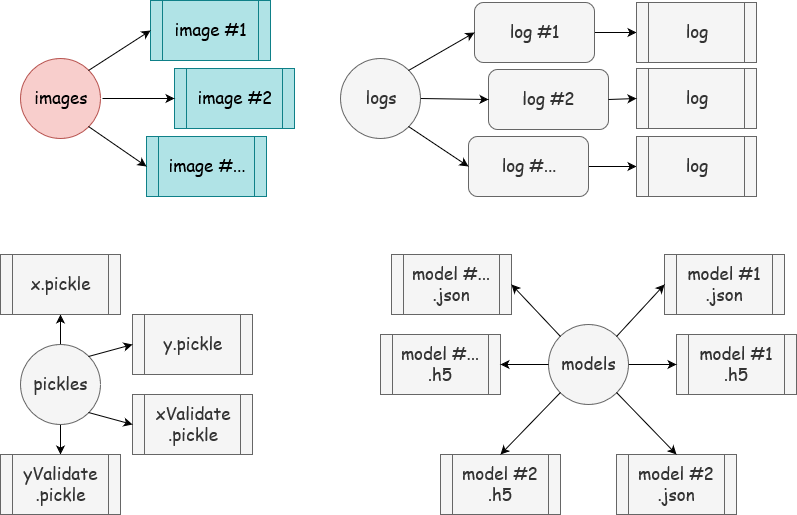
Sing3Rous/Human_Classifier_Neural_Network keeps this draw.io diagram as sets tree.png. Above is the earlier version. Source tidied: cells renumbered, new cells last; positions are measured from the earlier drawing's top-left corner, leaving out a move shared by most shapes.
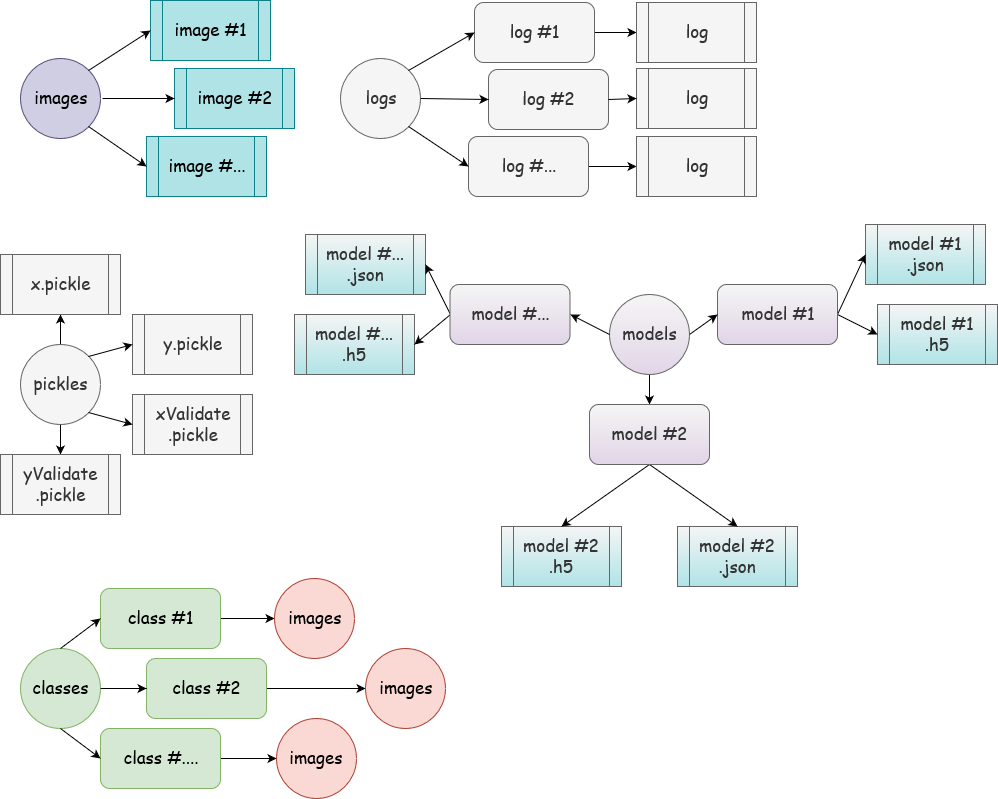
Later version of the same file.

Diff of the diagram source:
```diff
@@ -2,7 +2,7 @@
   <root>
     <mxCell id="0" />
     <mxCell id="1" parent="0" />
-    <mxCell id="2" value="&lt;font style=&quot;font-size: 17px&quot;&gt;images&lt;/font&gt;" style="ellipse;whiteSpace=wrap;html=1;fontFamily=Comic Sans MS;fontSize=14;fillColor=#f8cecc;strokeColor=#b85450;" parent="1" vertex="1">
+    <mxCell id="2" value="&lt;font style=&quot;font-size: 17px&quot;&gt;images&lt;/font&gt;" style="ellipse;whiteSpace=wrap;html=1;fontFamily=Comic Sans MS;fontSize=14;fillColor=#d0cee2;strokeColor=#56517e;" parent="1" vertex="1">
       <mxGeometry x="20" y="58" width="80" height="80" as="geometry" />
     </mxCell>
     <mxCell id="3" value="image #1" style="shape=process;whiteSpace=wrap;html=1;backgroundOutline=1;fontFamily=Comic Sans MS;fontSize=17;fillColor=#b0e3e6;strokeColor=#0e8088;" parent="1" vertex="1">
@@ -41,26 +41,29 @@
     <mxCell id="14" value="log" style="shape=process;whiteSpace=wrap;html=1;backgroundOutline=1;fontFamily=Comic Sans MS;fontSize=17;fillColor=#f5f5f5;strokeColor=#666666;fontColor=#333333;" parent="1" vertex="1">
       <mxGeometry x="636" y="136" width="120" height="60" as="geometry" />
     </mxCell>
+    <mxCell id="44" style="edgeStyle=orthogonalEdgeStyle;rounded=0;jettySize=auto;html=1;exitX=0.5;exitY=1;exitDx=0;exitDy=0;entryX=0.5;entryY=0;entryDx=0;entryDy=0;" parent="1" edge="1" source="15" target="47">
+      <mxGeometry relative="1" as="geometry" />
+    </mxCell>
-    <mxCell id="15" value="models" style="ellipse;whiteSpace=wrap;html=1;fontFamily=Comic Sans MS;fontSize=17;fillColor=#f5f5f5;strokeColor=#666666;fontColor=#333333;" parent="1" vertex="1">
-      <mxGeometry x="548" y="324" width="80" height="80" as="geometry" />
+    <mxCell id="15" value="models" style="ellipse;whiteSpace=wrap;html=1;fontFamily=Comic Sans MS;fontSize=17;fillColor=#f5f5f5;strokeColor=#666666;gradientDirection=south;fontColor=#333333;gradientColor=#E1D5E7;" parent="1" vertex="1">
+      <mxGeometry x="609" y="294" width="80" height="80" as="geometry" />
     </mxCell>
-    <mxCell id="16" value="model #1 .json" style="shape=process;whiteSpace=wrap;html=1;backgroundOutline=1;fontFamily=Comic Sans MS;fontSize=17;fillColor=#f5f5f5;strokeColor=#666666;fontColor=#333333;" parent="1" vertex="1">
-      <mxGeometry x="664" y="254" width="120" height="60" as="geometry" />
+    <mxCell id="16" value="model #1 .json" style="shape=process;whiteSpace=wrap;html=1;backgroundOutline=1;fontFamily=Comic Sans MS;fontSize=17;fillColor=#f5f5f5;strokeColor=#666666;fontColor=#333333;gradientColor=#B0E3E6;gradientDirection=south;" parent="1" vertex="1">
+      <mxGeometry x="865" y="224" width="120" height="60" as="geometry" />
     </mxCell>
-    <mxCell id="17" value="model #1 .h5" style="shape=process;whiteSpace=wrap;html=1;backgroundOutline=1;fontFamily=Comic Sans MS;fontSize=17;fillColor=#f5f5f5;strokeColor=#666666;fontColor=#333333;" parent="1" vertex="1">
-      <mxGeometry x="676" y="334" width="120" height="60" as="geometry" />
+    <mxCell id="17" value="model #1 .h5" style="shape=process;whiteSpace=wrap;html=1;backgroundOutline=1;fontFamily=Comic Sans MS;fontSize=17;fillColor=#f5f5f5;strokeColor=#666666;fontColor=#333333;gradientColor=#B0E3E6;gradientDirection=south;" parent="1" vertex="1">
+      <mxGeometry x="877" y="304" width="120" height="60" as="geometry" />
     </mxCell>
-    <mxCell id="18" value="model #2 .json" style="shape=process;whiteSpace=wrap;html=1;backgroundOutline=1;fontFamily=Comic Sans MS;fontSize=17;fillColor=#f5f5f5;strokeColor=#666666;fontColor=#333333;" parent="1" vertex="1">
-      <mxGeometry x="616" y="454" width="120" height="60" as="geometry" />
+    <mxCell id="18" value="model #2 .json" style="shape=process;whiteSpace=wrap;html=1;backgroundOutline=1;fontFamily=Comic Sans MS;fontSize=17;fillColor=#f5f5f5;strokeColor=#666666;fontColor=#333333;gradientColor=#B0E3E6;gradientDirection=south;" parent="1" vertex="1">
+      <mxGeometry x="677" y="526" width="120" height="60" as="geometry" />
     </mxCell>
-    <mxCell id="19" value="model #2 .h5" style="shape=process;whiteSpace=wrap;html=1;backgroundOutline=1;fontFamily=Comic Sans MS;fontSize=17;fillColor=#f5f5f5;strokeColor=#666666;fontColor=#333333;" parent="1" vertex="1">
-      <mxGeometry x="440" y="454" width="120" height="60" as="geometry" />
+    <mxCell id="19" value="model #2 .h5" style="shape=process;whiteSpace=wrap;html=1;backgroundOutline=1;fontFamily=Comic Sans MS;fontSize=17;fillColor=#f5f5f5;strokeColor=#666666;fontColor=#333333;gradientColor=#B0E3E6;gradientDirection=south;" parent="1" vertex="1">
+      <mxGeometry x="501" y="526" width="120" height="60" as="geometry" />
     </mxCell>
-    <mxCell id="20" value="model #... .json" style="shape=process;whiteSpace=wrap;html=1;backgroundOutline=1;fontFamily=Comic Sans MS;fontSize=17;fillColor=#f5f5f5;strokeColor=#666666;fontColor=#333333;" parent="1" vertex="1">
-      <mxGeometry x="391" y="254" width="120" height="60" as="geometry" />
+    <mxCell id="20" value="model #... .json" style="shape=process;whiteSpace=wrap;html=1;backgroundOutline=1;fontFamily=Comic Sans MS;fontSize=17;fillColor=#f5f5f5;strokeColor=#666666;fontColor=#333333;gradientColor=#B0E3E6;gradientDirection=south;" parent="1" vertex="1">
+      <mxGeometry x="305" y="234" width="120" height="60" as="geometry" />
     </mxCell>
-    <mxCell id="21" value="model #... .h5" style="shape=process;whiteSpace=wrap;html=1;backgroundOutline=1;fontFamily=Comic Sans MS;fontSize=17;fillColor=#f5f5f5;strokeColor=#666666;fontColor=#333333;" parent="1" vertex="1">
-      <mxGeometry x="380" y="334" width="120" height="60" as="geometry" />
+    <mxCell id="21" value="model #... .h5" style="shape=process;whiteSpace=wrap;html=1;backgroundOutline=1;fontFamily=Comic Sans MS;fontSize=17;fillColor=#f5f5f5;strokeColor=#666666;fontColor=#333333;gradientColor=#B0E3E6;gradientDirection=south;" parent="1" vertex="1">
+      <mxGeometry x="294" y="314" width="120" height="60" as="geometry" />
     </mxCell>
     <mxCell id="22" style="edgeStyle=orthogonalEdgeStyle;rounded=0;jettySize=auto;html=1;exitX=0.5;exitY=0;exitDx=0;exitDy=0;entryX=0.5;entryY=1;entryDx=0;entryDy=0;fontFamily=Comic Sans MS;fontSize=17;" parent="1" edge="1" source="24" target="25">
       <mxGeometry relative="1" as="geometry" />
@@ -112,23 +115,77 @@
     <mxCell id="37" style="endArrow=classic;html=1;fontFamily=Comic Sans MS;fontSize=17;entryX=0;entryY=0.5;entryDx=0;entryDy=0;exitX=1;exitY=1;exitDx=0;exitDy=0;" parent="1" edge="1" source="24" target="27">
       <mxGeometry relative="1" as="geometry" />
     </mxCell>
-    <mxCell id="38" style="endArrow=classic;html=1;fontFamily=Comic Sans MS;fontSize=17;entryX=1;entryY=0.5;entryDx=0;entryDy=0;exitX=0;exitY=0;exitDx=0;exitDy=0;" parent="1" edge="1" source="15" target="20">
+    <mxCell id="38" style="endArrow=classic;html=1;fontFamily=Comic Sans MS;fontSize=17;entryX=1;entryY=0.5;entryDx=0;entryDy=0;exitX=0;exitY=0.5;exitDx=0;exitDy=0;" parent="1" edge="1" source="48" target="20">
       <mxGeometry relative="1" as="geometry" />
     </mxCell>
-    <mxCell id="39" style="endArrow=classic;html=1;fontFamily=Comic Sans MS;fontSize=17;entryX=1;entryY=0.5;entryDx=0;entryDy=0;exitX=0;exitY=0.5;exitDx=0;exitDy=0;" parent="1" edge="1" source="15" target="21">
+    <mxCell id="39" style="endArrow=classic;html=1;fontFamily=Comic Sans MS;fontSize=17;entryX=1;entryY=0.5;entryDx=0;entryDy=0;exitX=0;exitY=0.5;exitDx=0;exitDy=0;" parent="1" edge="1" source="48" target="21">
       <mxGeometry relative="1" as="geometry" />
     </mxCell>
-    <mxCell id="40" style="endArrow=classic;html=1;fontFamily=Comic Sans MS;fontSize=17;entryX=0.5;entryY=0;entryDx=0;entryDy=0;exitX=0;exitY=1;exitDx=0;exitDy=0;" parent="1" edge="1" source="15" target="19">
+    <mxCell id="40" style="endArrow=classic;html=1;fontFamily=Comic Sans MS;fontSize=17;entryX=0.5;entryY=0;entryDx=0;entryDy=0;exitX=0.5;exitY=1;exitDx=0;exitDy=0;" parent="1" edge="1" source="47" target="19">
       <mxGeometry relative="1" as="geometry" />
     </mxCell>
-    <mxCell id="41" style="endArrow=classic;html=1;fontFamily=Comic Sans MS;fontSize=17;entryX=0.5;entryY=0;entryDx=0;entryDy=0;exitX=1;exitY=1;exitDx=0;exitDy=0;" parent="1" edge="1" source="15" target="18">
+    <mxCell id="41" style="endArrow=classic;html=1;fontFamily=Comic Sans MS;fontSize=17;entryX=0.5;entryY=0;entryDx=0;entryDy=0;exitX=0.5;exitY=1;exitDx=0;exitDy=0;" parent="1" edge="1" source="47" target="18">
       <mxGeometry relative="1" as="geometry" />
     </mxCell>
-    <mxCell id="42" style="endArrow=classic;html=1;fontFamily=Comic Sans MS;fontSize=17;entryX=0;entryY=0.5;entryDx=0;entryDy=0;exitX=1;exitY=0.5;exitDx=0;exitDy=0;" parent="1" edge="1" source="15" target="17">
+    <mxCell id="42" style="endArrow=classic;html=1;fontFamily=Comic Sans MS;fontSize=17;entryX=0;entryY=0.5;entryDx=0;entryDy=0;exitX=1;exitY=0.5;exitDx=0;exitDy=0;" parent="1" edge="1" source="45" target="17">
       <mxGeometry relative="1" as="geometry" />
     </mxCell>
-    <mxCell id="43" style="endArrow=classic;html=1;fontFamily=Comic Sans MS;fontSize=17;entryX=0;entryY=0.5;entryDx=0;entryDy=0;exitX=1;exitY=0;exitDx=0;exitDy=0;" parent="1" edge="1" source="15" target="16">
+    <mxCell id="43" style="endArrow=classic;html=1;fontFamily=Comic Sans MS;fontSize=17;entryX=0;entryY=0.5;entryDx=0;entryDy=0;exitX=1;exitY=0.5;exitDx=0;exitDy=0;" parent="1" edge="1" source="45" target="16">
       <mxGeometry relative="1" as="geometry" />
     </mxCell>
+    <mxCell id="45" value="model #1" style="rounded=1;whiteSpace=wrap;html=1;fontFamily=Comic Sans MS;fontSize=17;fillColor=#f5f5f5;strokeColor=#666666;fontColor=#333333;gradientColor=#E1D5E7;gradientDirection=south;" parent="1" vertex="1">
+      <mxGeometry x="717" y="284" width="120" height="60" as="geometry" />
+    </mxCell>
+    <mxCell id="46" style="endArrow=classic;html=1;fontFamily=Comic Sans MS;fontSize=17;entryX=0;entryY=0.5;entryDx=0;entryDy=0;exitX=1;exitY=0.5;exitDx=0;exitDy=0;" parent="1" edge="1" source="15" target="45">
+      <mxGeometry relative="1" as="geometry" />
+    </mxCell>
+    <mxCell id="47" value="model #2" style="rounded=1;whiteSpace=wrap;html=1;fontFamily=Comic Sans MS;fontSize=17;fillColor=#f5f5f5;strokeColor=#666666;fontColor=#333333;gradientColor=#E1D5E7;gradientDirection=south;" parent="1" vertex="1">
+      <mxGeometry x="589" y="404" width="120" height="60" as="geometry" />
+    </mxCell>
+    <mxCell id="48" value="model #..." style="rounded=1;whiteSpace=wrap;html=1;fontFamily=Comic Sans MS;fontSize=17;fillColor=#f5f5f5;strokeColor=#666666;fontColor=#333333;gradientColor=#E1D5E7;gradientDirection=south;" parent="1" vertex="1">
+      <mxGeometry x="449.5" y="284" width="120" height="60" as="geometry" />
+    </mxCell>
+    <mxCell id="49" style="endArrow=classic;html=1;fontFamily=Comic Sans MS;fontSize=17;entryX=1;entryY=0.5;entryDx=0;entryDy=0;exitX=0;exitY=0.5;exitDx=0;exitDy=0;" parent="1" edge="1" source="15" target="48">
+      <mxGeometry relative="1" as="geometry" />
+    </mxCell>
+    <mxCell id="50" value="classes" style="ellipse;whiteSpace=wrap;html=1;fontFamily=Comic Sans MS;fontSize=17;fillColor=#d5e8d4;strokeColor=#82b366;" parent="1" vertex="1">
+      <mxGeometry x="20" y="648" width="80" height="80" as="geometry" />
+    </mxCell>
+    <mxCell id="51" style="edgeStyle=orthogonalEdgeStyle;rounded=0;jettySize=auto;html=1;exitX=1;exitY=0.5;exitDx=0;exitDy=0;entryX=0;entryY=0.5;entryDx=0;entryDy=0;" parent="1" edge="1" source="52" target="60">
+      <mxGeometry relative="1" as="geometry" />
+    </mxCell>
+    <mxCell id="52" value="class #1" style="rounded=1;whiteSpace=wrap;html=1;fontFamily=Comic Sans MS;fontSize=17;fillColor=#d5e8d4;strokeColor=#82b366;" parent="1" vertex="1">
+      <mxGeometry x="100" y="588" width="120" height="60" as="geometry" />
+    </mxCell>
+    <mxCell id="53" style="edgeStyle=orthogonalEdgeStyle;rounded=0;jettySize=auto;html=1;exitX=1;exitY=0.5;exitDx=0;exitDy=0;entryX=0;entryY=0.5;entryDx=0;entryDy=0;" parent="1" edge="1" source="54" target="61">
+      <mxGeometry relative="1" as="geometry" />
+    </mxCell>
+    <mxCell id="54" value="class #2" style="rounded=1;whiteSpace=wrap;html=1;fontFamily=Comic Sans MS;fontSize=17;fillColor=#d5e8d4;strokeColor=#82b366;" parent="1" vertex="1">
+      <mxGeometry x="146" y="658" width="120" height="60" as="geometry" />
+    </mxCell>
+    <mxCell id="55" style="edgeStyle=orthogonalEdgeStyle;rounded=0;jettySize=auto;html=1;exitX=1;exitY=0.5;exitDx=0;exitDy=0;entryX=0;entryY=0.5;entryDx=0;entryDy=0;" parent="1" edge="1" source="56" target="62">
+      <mxGeometry relative="1" as="geometry" />
+    </mxCell>
+    <mxCell id="56" value="class #...." style="rounded=1;whiteSpace=wrap;html=1;fontFamily=Comic Sans MS;fontSize=17;fillColor=#d5e8d4;strokeColor=#82b366;" parent="1" vertex="1">
+      <mxGeometry x="100" y="728" width="120" height="60" as="geometry" />
+    </mxCell>
+    <mxCell id="57" style="endArrow=classic;html=1;fontFamily=Comic Sans MS;fontSize=17;entryX=0;entryY=0.5;entryDx=0;entryDy=0;exitX=0.5;exitY=0;exitDx=0;exitDy=0;" parent="1" edge="1" source="50" target="52">
+      <mxGeometry relative="1" as="geometry" />
+    </mxCell>
+    <mxCell id="58" style="endArrow=classic;html=1;fontFamily=Comic Sans MS;fontSize=17;entryX=0;entryY=0.5;entryDx=0;entryDy=0;exitX=1;exitY=0.5;exitDx=0;exitDy=0;" parent="1" edge="1" source="50" target="54">
+      <mxGeometry relative="1" as="geometry" />
+    </mxCell>
+    <mxCell id="59" style="endArrow=classic;html=1;fontFamily=Comic Sans MS;fontSize=17;entryX=0;entryY=0.5;entryDx=0;entryDy=0;exitX=0.5;exitY=1;exitDx=0;exitDy=0;" parent="1" edge="1" source="50" target="56">
+      <mxGeometry relative="1" as="geometry" />
+    </mxCell>
+    <mxCell id="60" value="&lt;font style=&quot;font-size: 17px&quot;&gt;images&lt;/font&gt;" style="ellipse;whiteSpace=wrap;html=1;fontFamily=Comic Sans MS;fontSize=14;fillColor=#fad9d5;strokeColor=#ae4132;" parent="1" vertex="1">
+      <mxGeometry x="274" y="578" width="80" height="80" as="geometry" />
+    </mxCell>
+    <mxCell id="61" value="&lt;font style=&quot;font-size: 17px&quot;&gt;images&lt;/font&gt;" style="ellipse;whiteSpace=wrap;html=1;fontFamily=Comic Sans MS;fontSize=14;fillColor=#fad9d5;strokeColor=#ae4132;" parent="1" vertex="1">
+      <mxGeometry x="365" y="648" width="80" height="80" as="geometry" />
+    </mxCell>
+    <mxCell id="62" value="&lt;font style=&quot;font-size: 17px&quot;&gt;images&lt;/font&gt;" style="ellipse;whiteSpace=wrap;html=1;fontFamily=Comic Sans MS;fontSize=14;fillColor=#fad9d5;strokeColor=#ae4132;" parent="1" vertex="1">
+      <mxGeometry x="275.5" y="718" width="80" height="80" as="geometry" />
+    </mxCell>
   </root>
 </mxGraphModel>
```
